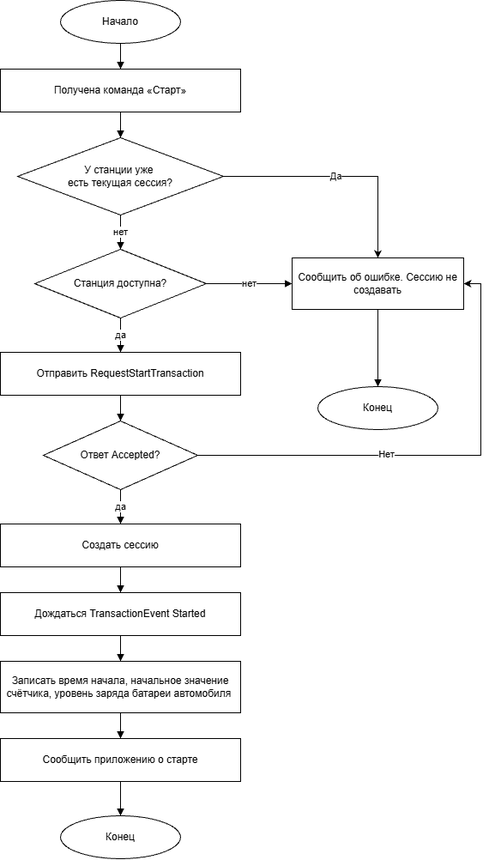
This is Диаграммы/Запуск сессии (2.8).png from PetrachkovArtem/diplom, a draw.io export, as it was before one commit. Source tidied: cells renumbered, new cells last; positions are measured from the earlier drawing's top-left corner, leaving out a move shared by most shapes.
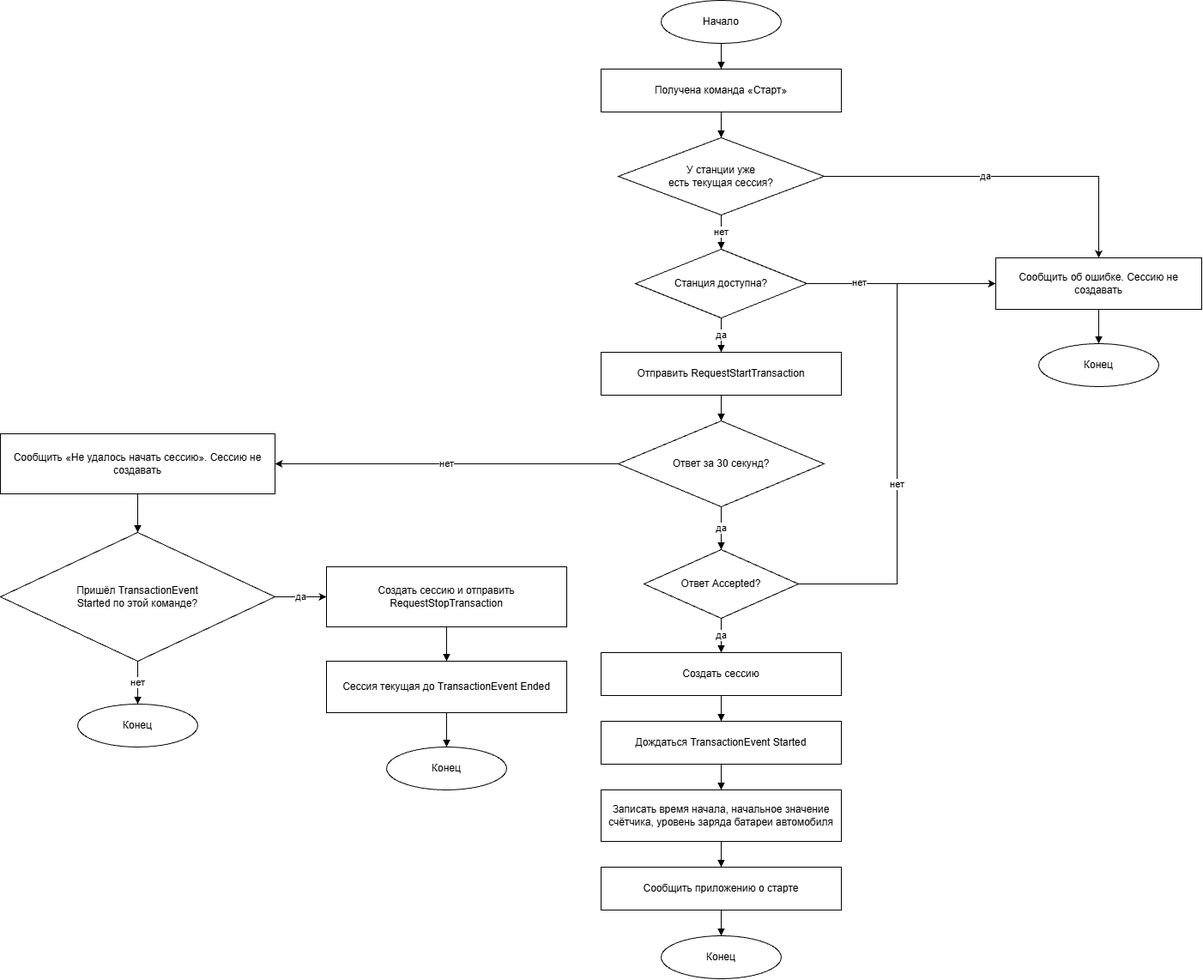
After the change.

Change to the diagram source:
```diff
@@ -1,92 +1,134 @@
-<mxGraphModel background="light-dark(#ffffff, #121212)">
+<mxGraphModel background="#ffffff">
   <root>
     <mxCell id="0" />
     <mxCell id="1" parent="0" />
-    <mxCell id="2" value="Начало" style="ellipse;whiteSpace=wrap;html=1;" parent="1" vertex="1">
-      <mxGeometry x="70" width="140" height="50" as="geometry" />
+    <mxCell id="2" value="Начало" style="ellipse;whiteSpace=wrap;html=1;fillColor=#ffffff;strokeColor=#000000;fontColor=#000000;" parent="1" vertex="1">
+      <mxGeometry x="560" y="-10" width="140" height="50" as="geometry" />
     </mxCell>
-    <mxCell id="3" value="Получена команда «Старт»" style="rounded=0;whiteSpace=wrap;html=1;" parent="1" vertex="1">
-      <mxGeometry y="80" width="280" height="50" as="geometry" />
+    <mxCell id="3" value="Получена команда «Старт»" style="rounded=0;whiteSpace=wrap;html=1;fillColor=#ffffff;strokeColor=#000000;fontColor=#000000;" parent="1" vertex="1">
+      <mxGeometry x="490" y="70" width="280" height="50" as="geometry" />
     </mxCell>
-    <mxCell id="4" style="edgeStyle=orthogonalEdgeStyle;rounded=0;jettySize=auto;html=1;entryX=0.5;entryY=0;entryDx=0;entryDy=0;defaultLabelBackgroundColor=page;" parent="1" edge="1" source="6" target="16">
-      <mxGeometry relative="1" as="geometry" />
-    </mxCell>
-    <mxCell id="5" value="Да" style="edgeLabel;html=1;align=center;verticalAlign=middle;inheritText=1;defaultLabelBackgroundColor=page;" parent="4" vertex="1">
-      <mxGeometry x="-0.06" y="1" relative="1" as="geometry" />
-    </mxCell>
-    <mxCell id="6" value="У станции уже&amp;nbsp;&lt;div&gt;есть текущая сессия?&lt;/div&gt;" style="rhombus;whiteSpace=wrap;html=1;" parent="1" vertex="1">
-      <mxGeometry x="20" y="160" width="240" height="90" as="geometry" />
+    <mxCell id="6" value="У станции уже&lt;div&gt;есть текущая сессия?&lt;/div&gt;" style="rhombus;whiteSpace=wrap;html=1;fillColor=#ffffff;strokeColor=#000000;fontColor=#000000;" parent="1" vertex="1">
+      <mxGeometry x="510" y="150" width="240" height="90" as="geometry" />
     </mxCell>
-    <mxCell id="7" value="Станция доступна?" style="rhombus;whiteSpace=wrap;html=1;" parent="1" vertex="1">
-      <mxGeometry x="40" y="290" width="200" height="80" as="geometry" />
+    <mxCell id="7" value="Станция доступна?" style="rhombus;whiteSpace=wrap;html=1;fillColor=#ffffff;strokeColor=#000000;fontColor=#000000;" parent="1" vertex="1">
+      <mxGeometry x="530" y="280" width="200" height="80" as="geometry" />
     </mxCell>
-    <mxCell id="8" value="Отправить RequestStartTransaction" style="rounded=0;whiteSpace=wrap;html=1;" parent="1" vertex="1">
-      <mxGeometry y="410" width="280" height="50" as="geometry" />
+    <mxCell id="8" value="Отправить RequestStartTransaction" style="rounded=0;whiteSpace=wrap;html=1;fillColor=#ffffff;strokeColor=#000000;fontColor=#000000;" parent="1" vertex="1">
+      <mxGeometry x="490" y="400" width="280" height="50" as="geometry" />
     </mxCell>
-    <mxCell id="9" style="edgeStyle=orthogonalEdgeStyle;rounded=0;jettySize=auto;html=1;entryX=1;entryY=0.5;entryDx=0;entryDy=0;defaultLabelBackgroundColor=page;" parent="1" edge="1" source="11" target="16">
-      <mxGeometry relative="1" as="geometry" />
-    </mxCell>
-    <mxCell id="10" value="Нет" style="edgeLabel;html=1;align=center;verticalAlign=middle;inheritText=1;defaultLabelBackgroundColor=page;" parent="9" vertex="1">
-      <mxGeometry x="-0.2" y="2" relative="1" as="geometry" />
-    </mxCell>
+    <mxCell id="31" value="Ответ за 30 секунд?" style="rhombus;whiteSpace=wrap;html=1;fillColor=#ffffff;strokeColor=#000000;fontColor=#000000;" parent="1" vertex="1">
+      <mxGeometry x="510" y="480" width="240" height="100" as="geometry" />
+    </mxCell>
-    <mxCell id="11" value="Ответ Accepted?" style="rhombus;whiteSpace=wrap;html=1;" parent="1" vertex="1">
-      <mxGeometry x="50" y="490" width="180" height="80" as="geometry" />
+    <mxCell id="11" value="Ответ Accepted?" style="rhombus;whiteSpace=wrap;html=1;fillColor=#ffffff;strokeColor=#000000;fontColor=#000000;" parent="1" vertex="1">
+      <mxGeometry x="540" y="630" width="180" height="80" as="geometry" />
     </mxCell>
-    <mxCell id="12" value="Создать сессию" style="rounded=0;whiteSpace=wrap;html=1;" parent="1" vertex="1">
-      <mxGeometry y="610" width="280" height="50" as="geometry" />
+    <mxCell id="12" value="Создать сессию" style="rounded=0;whiteSpace=wrap;html=1;fillColor=#ffffff;strokeColor=#000000;fontColor=#000000;" parent="1" vertex="1">
+      <mxGeometry x="490" y="750" width="280" height="50" as="geometry" />
     </mxCell>
-    <mxCell id="13" value="Дождаться TransactionEvent Started" style="rounded=0;whiteSpace=wrap;html=1;" parent="1" vertex="1">
-      <mxGeometry y="690" width="280" height="50" as="geometry" />
+    <mxCell id="13" value="Дождаться TransactionEvent Started" style="rounded=0;whiteSpace=wrap;html=1;fillColor=#ffffff;strokeColor=#000000;fontColor=#000000;" parent="1" vertex="1">
+      <mxGeometry x="490" y="830" width="280" height="50" as="geometry" />
     </mxCell>
-    <mxCell id="14" value="Записать время начала, начальное значение счётчика, уровень заряда батареи автомобиля&amp;nbsp;" style="rounded=0;whiteSpace=wrap;html=1;" parent="1" vertex="1">
-      <mxGeometry y="770" width="280" height="60" as="geometry" />
+    <mxCell id="14" value="Записать время начала, начальное значение счётчика, уровень заряда батареи автомобиля" style="rounded=0;whiteSpace=wrap;html=1;fillColor=#ffffff;strokeColor=#000000;fontColor=#000000;" parent="1" vertex="1">
+      <mxGeometry x="490" y="910" width="280" height="60" as="geometry" />
     </mxCell>
-    <mxCell id="15" value="Сообщить приложению о старте" style="rounded=0;whiteSpace=wrap;html=1;" parent="1" vertex="1">
-      <mxGeometry y="860" width="280" height="50" as="geometry" />
+    <mxCell id="15" value="Сообщить приложению о старте" style="rounded=0;whiteSpace=wrap;html=1;fillColor=#ffffff;strokeColor=#000000;fontColor=#000000;" parent="1" vertex="1">
+      <mxGeometry x="490" y="1000" width="280" height="50" as="geometry" />
     </mxCell>
+    <mxCell id="17" value="Конец" style="ellipse;whiteSpace=wrap;html=1;fillColor=#ffffff;strokeColor=#000000;fontColor=#000000;" parent="1" vertex="1">
+      <mxGeometry x="560" y="1080" width="140" height="50" as="geometry" />
+    </mxCell>
-    <mxCell id="16" value="Сообщить об ошибке. Сессию не создавать" style="rounded=0;whiteSpace=wrap;html=1;" parent="1" vertex="1">
-      <mxGeometry x="340" y="300" width="200" height="60" as="geometry" />
+    <mxCell id="16" value="Сообщить об ошибке. Сессию не создавать" style="rounded=0;whiteSpace=wrap;html=1;fillColor=#ffffff;strokeColor=#000000;fontColor=#000000;" parent="1" vertex="1">
+      <mxGeometry x="950" y="290" width="240" height="60" as="geometry" />
     </mxCell>
-    <mxCell id="17" value="Конец" style="ellipse;whiteSpace=wrap;html=1;" parent="1" vertex="1">
-      <mxGeometry x="70" y="950" width="140" height="50" as="geometry" />
-    </mxCell>
-    <mxCell id="18" value="Конец" style="ellipse;whiteSpace=wrap;html=1;" parent="1" vertex="1">
-      <mxGeometry x="370" y="450" width="140" height="50" as="geometry" />
+    <mxCell id="18" value="Конец" style="ellipse;whiteSpace=wrap;html=1;fillColor=#ffffff;strokeColor=#000000;fontColor=#000000;" parent="1" vertex="1">
+      <mxGeometry x="1000" y="390" width="140" height="50" as="geometry" />
     </mxCell>
+    <mxCell id="32" value="Сообщить «Не удалось начать сессию». Сессию не создавать" style="rounded=0;whiteSpace=wrap;html=1;fillColor=#ffffff;strokeColor=#000000;fontColor=#000000;" parent="1" vertex="1">
+      <mxGeometry x="-210" y="495" width="320" height="70" as="geometry" />
+    </mxCell>
+    <mxCell id="33" value="Пришёл TransactionEvent&lt;div&gt;Started по этой команде?&lt;/div&gt;" style="rhombus;whiteSpace=wrap;html=1;fillColor=#ffffff;strokeColor=#000000;fontColor=#000000;" parent="1" vertex="1">
+      <mxGeometry x="-210" y="610" width="320" height="150" as="geometry" />
+    </mxCell>
+    <mxCell id="34" value="Конец" style="ellipse;whiteSpace=wrap;html=1;fillColor=#ffffff;strokeColor=#000000;fontColor=#000000;" parent="1" vertex="1">
+      <mxGeometry x="-120" y="810" width="140" height="50" as="geometry" />
+    </mxCell>
+    <mxCell id="35" value="Создать сессию и отправить RequestStopTransaction" style="rounded=0;whiteSpace=wrap;html=1;fillColor=#ffffff;strokeColor=#000000;fontColor=#000000;" parent="1" vertex="1">
+      <mxGeometry x="170" y="650" width="280" height="70" as="geometry" />
+    </mxCell>
+    <mxCell id="36" value="Сессия текущая до TransactionEvent Ended" style="rounded=0;whiteSpace=wrap;html=1;fillColor=#ffffff;strokeColor=#000000;fontColor=#000000;" parent="1" vertex="1">
+      <mxGeometry x="170" y="760" width="280" height="60" as="geometry" />
+    </mxCell>
+    <mxCell id="37" value="Конец" style="ellipse;whiteSpace=wrap;html=1;fillColor=#ffffff;strokeColor=#000000;fontColor=#000000;" parent="1" vertex="1">
+      <mxGeometry x="240" y="860" width="140" height="50" as="geometry" />
+    </mxCell>
-    <mxCell id="19" style="endArrow=block;html=1;" parent="1" edge="1" source="2" target="3">
+    <mxCell id="19" style="endArrow=block;html=1;strokeColor=#000000;fontColor=#000000;" parent="1" edge="1" source="2" target="3">
       <mxGeometry relative="1" as="geometry" />
     </mxCell>
-    <mxCell id="20" style="endArrow=block;html=1;" parent="1" edge="1" source="3" target="6">
+    <mxCell id="20" style="endArrow=block;html=1;strokeColor=#000000;fontColor=#000000;" parent="1" edge="1" source="3" target="6">
       <mxGeometry relative="1" as="geometry" />
     </mxCell>
+    <mxCell id="4" style="edgeStyle=orthogonalEdgeStyle;rounded=0;jettySize=auto;html=1;exitX=1;exitY=0.5;entryX=0.5;entryY=0;strokeColor=#000000;fontColor=#000000;labelBackgroundColor=#ffffff;" parent="1" edge="1" source="6" target="16">
+      <mxGeometry relative="1" as="geometry" />
+    </mxCell>
+    <mxCell id="5" value="да" style="edgeLabel;html=1;align=center;verticalAlign=middle;fontColor=#000000;" parent="4" vertex="1">
+      <mxGeometry x="-0.1" y="1" relative="1" as="geometry" />
+    </mxCell>
-    <mxCell id="21" value="нет" style="endArrow=block;html=1;" parent="1" edge="1" source="6" target="7">
+    <mxCell id="21" value="нет" style="endArrow=block;html=1;strokeColor=#000000;fontColor=#000000;labelBackgroundColor=#ffffff;" parent="1" edge="1" source="6" target="7">
       <mxGeometry relative="1" as="geometry" />
     </mxCell>
-    <mxCell id="22" value="да" style="endArrow=block;html=1;" parent="1" edge="1" source="7" target="8">
+    <mxCell id="22" value="да" style="endArrow=block;html=1;strokeColor=#000000;fontColor=#000000;labelBackgroundColor=#ffffff;" parent="1" edge="1" source="7" target="8">
       <mxGeometry relative="1" as="geometry" />
     </mxCell>
-    <mxCell id="23" value="нет" style="endArrow=block;html=1;exitX=1;exitY=0.5;entryX=0;entryY=0.5;" parent="1" edge="1" source="7" target="16">
-      <mxGeometry relative="1" as="geometry" />
+    <mxCell id="23" value="нет" style="edgeStyle=orthogonalEdgeStyle;rounded=0;jettySize=auto;html=1;exitX=1;exitY=0.5;entryX=0;entryY=0.5;strokeColor=#000000;fontColor=#000000;labelBackgroundColor=#ffffff;" parent="1" edge="1" source="7" target="16">
+      <mxGeometry x="-0.45" y="1" relative="1" as="geometry" />
     </mxCell>
-    <mxCell id="24" style="endArrow=block;html=1;" parent="1" edge="1" source="8" target="11">
+    <mxCell id="24" style="endArrow=block;html=1;strokeColor=#000000;fontColor=#000000;" parent="1" edge="1" source="8" target="31">
       <mxGeometry relative="1" as="geometry" />
     </mxCell>
+    <mxCell id="38" value="да" style="endArrow=block;html=1;strokeColor=#000000;fontColor=#000000;labelBackgroundColor=#ffffff;" parent="1" edge="1" source="31" target="11">
+      <mxGeometry relative="1" as="geometry" />
+    </mxCell>
+    <mxCell id="39" value="нет" style="edgeStyle=orthogonalEdgeStyle;rounded=0;jettySize=auto;html=1;exitX=0;exitY=0.5;entryX=1;entryY=0.5;strokeColor=#000000;fontColor=#000000;labelBackgroundColor=#ffffff;" parent="1" edge="1" source="31" target="32">
+      <mxGeometry relative="1" as="geometry" />
+    </mxCell>
+    <mxCell id="40" style="endArrow=block;html=1;strokeColor=#000000;fontColor=#000000;" parent="1" edge="1" source="32" target="33">
+      <mxGeometry relative="1" as="geometry" />
+    </mxCell>
+    <mxCell id="41" value="нет" style="endArrow=block;html=1;exitX=0.5;exitY=1;entryX=0.5;entryY=0;strokeColor=#000000;fontColor=#000000;labelBackgroundColor=#ffffff;" parent="1" edge="1" source="33" target="34">
+      <mxGeometry relative="1" as="geometry" />
+    </mxCell>
+    <mxCell id="42" value="да" style="edgeStyle=orthogonalEdgeStyle;rounded=0;jettySize=auto;html=1;exitX=1;exitY=0.5;entryX=0;entryY=0.5;strokeColor=#000000;fontColor=#000000;labelBackgroundColor=#ffffff;" parent="1" edge="1" source="33" target="35">
+      <mxGeometry relative="1" as="geometry" />
+    </mxCell>
+    <mxCell id="43" style="endArrow=block;html=1;strokeColor=#000000;fontColor=#000000;" parent="1" edge="1" source="35" target="36">
+      <mxGeometry relative="1" as="geometry" />
+    </mxCell>
+    <mxCell id="44" style="endArrow=block;html=1;strokeColor=#000000;fontColor=#000000;" parent="1" edge="1" source="36" target="37">
+      <mxGeometry relative="1" as="geometry" />
+    </mxCell>
+    <mxCell id="9" style="edgeStyle=orthogonalEdgeStyle;rounded=0;jettySize=auto;html=1;exitX=1;exitY=0.5;entryX=0;entryY=0.5;strokeColor=#000000;fontColor=#000000;labelBackgroundColor=#ffffff;" parent="1" edge="1" source="11" target="16">
+      <mxGeometry relative="1" as="geometry" />
+    </mxCell>
+    <mxCell id="10" value="нет" style="edgeLabel;html=1;align=center;verticalAlign=middle;fontColor=#000000;" parent="9" vertex="1">
+      <mxGeometry x="-0.2" y="1" relative="1" as="geometry" />
+    </mxCell>
-    <mxCell id="25" value="да" style="endArrow=block;html=1;" parent="1" edge="1" source="11" target="12">
+    <mxCell id="25" value="да" style="endArrow=block;html=1;strokeColor=#000000;fontColor=#000000;labelBackgroundColor=#ffffff;" parent="1" edge="1" source="11" target="12">
       <mxGeometry relative="1" as="geometry" />
     </mxCell>
-    <mxCell id="26" style="endArrow=block;html=1;" parent="1" edge="1" source="12" target="13">
+    <mxCell id="26" style="endArrow=block;html=1;strokeColor=#000000;fontColor=#000000;" parent="1" edge="1" source="12" target="13">
       <mxGeometry relative="1" as="geometry" />
     </mxCell>
-    <mxCell id="27" style="endArrow=block;html=1;" parent="1" edge="1" source="13" target="14">
+    <mxCell id="27" style="endArrow=block;html=1;strokeColor=#000000;fontColor=#000000;" parent="1" edge="1" source="13" target="14">
       <mxGeometry relative="1" as="geometry" />
     </mxCell>
-    <mxCell id="28" style="endArrow=block;html=1;" parent="1" edge="1" source="14" target="15">
+    <mxCell id="28" style="endArrow=block;html=1;strokeColor=#000000;fontColor=#000000;" parent="1" edge="1" source="14" target="15">
       <mxGeometry relative="1" as="geometry" />
     </mxCell>
-    <mxCell id="29" style="endArrow=block;html=1;" parent="1" edge="1" source="15" target="17">
+    <mxCell id="29" style="endArrow=block;html=1;strokeColor=#000000;fontColor=#000000;" parent="1" edge="1" source="15" target="17">
       <mxGeometry relative="1" as="geometry" />
     </mxCell>
-    <mxCell id="30" style="endArrow=block;html=1;" parent="1" edge="1" source="16" target="18">
+    <mxCell id="30" style="endArrow=block;html=1;strokeColor=#000000;fontColor=#000000;" parent="1" edge="1" source="16" target="18">
       <mxGeometry relative="1" as="geometry" />
     </mxCell>
   </root>
```
